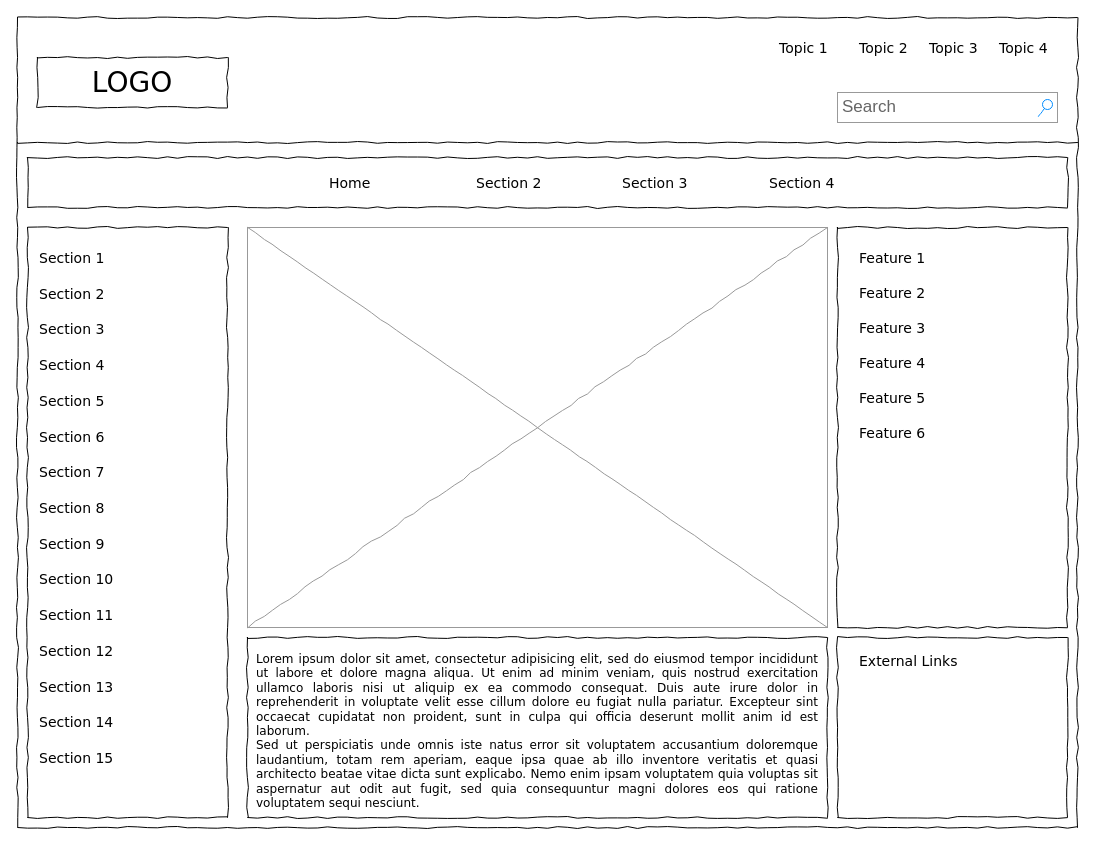
owal7428/CSCI-3308-Group-5-Project keeps this draw.io diagram as Documentation/Project Wireframe.drawio. Above is the earlier version. Source tidied: cells renumbered, new cells numbered last; positions are measured from the earlier drawing's top-left corner, leaving out a move shared by most shapes. Both pictures are drawn from the tidied source at 100%, with x=0, y=0 at pixel (17, 17).
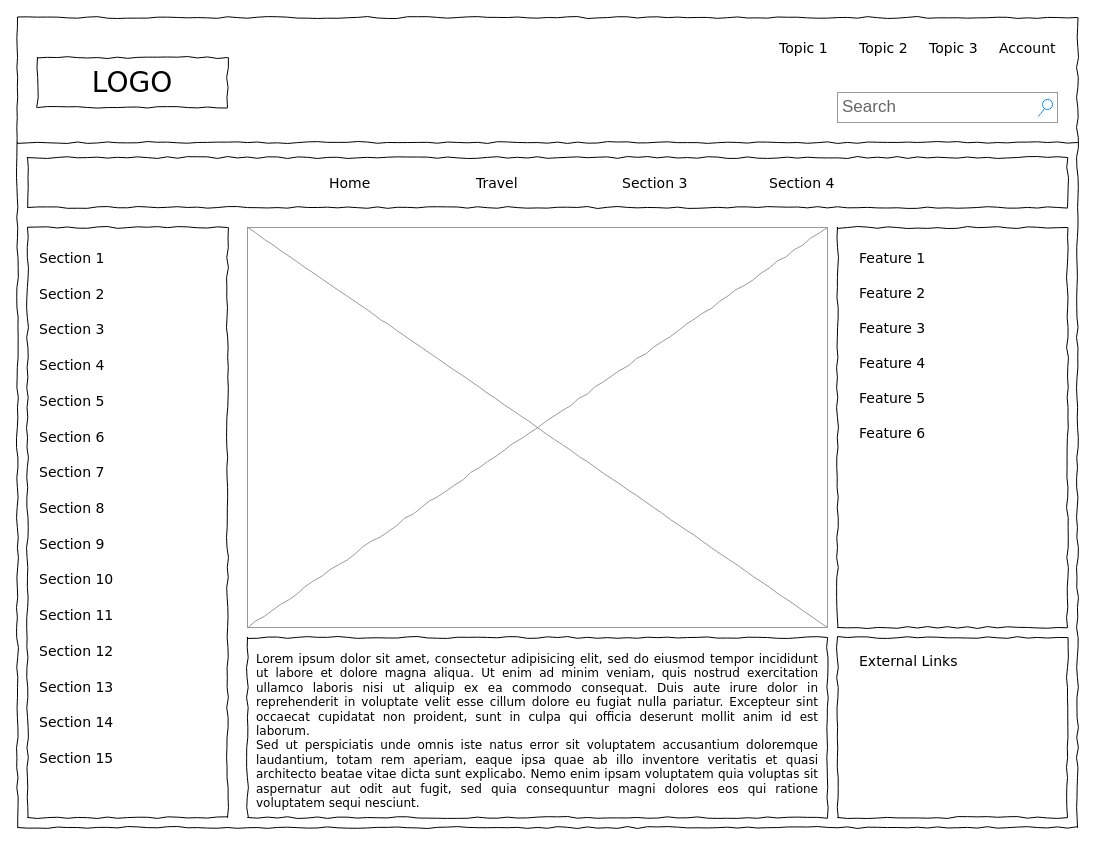
After the change.

Commit message (it also covers changes not shown here):
Slightly updates drawio wireframe again. TODO only use (uncompressed) XML file, not .drawio file

Diff of the diagram source:
```diff
@@
-    <mxCell id="8" value="Topic 4" style="text;html=1;align=left;verticalAlign=top;spacingTop=-4;fontSize=14;fontFamily=Verdana;" parent="1" vertex="1">
+    <mxCell id="8" value="Account" style="text;html=1;align=left;verticalAlign=top;spacingTop=-4;fontSize=14;fontFamily=Verdana;" parent="1" vertex="1">
       <mxGeometry x="980" y="20" width="60" height="20" as="geometry" />
     </mxCell>
@@
-    <mxCell id="13" value="Section 2" style="text;html=1;align=left;verticalAlign=top;spacingTop=-4;fontSize=14;fontFamily=Verdana;" parent="1" vertex="1">
+    <mxCell id="13" value="Travel" style="text;html=1;align=left;verticalAlign=top;spacingTop=-4;fontSize=14;fontFamily=Verdana;" parent="1" vertex="1">
       <mxGeometry x="457" y="155" width="60" height="20" as="geometry" />
     </mxCell>
```
